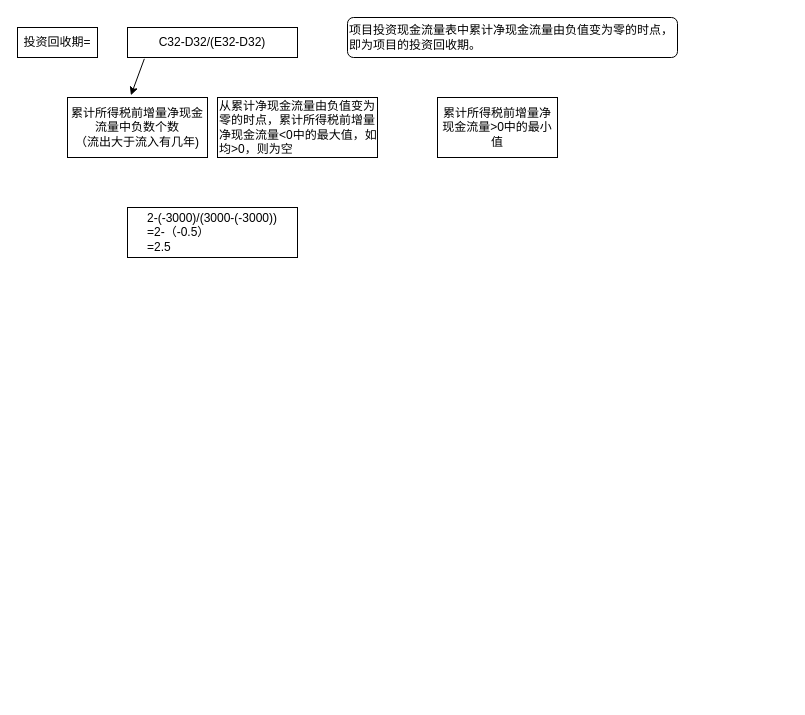
The draw.io diagram page "Page-5 投资回收期" (5 of 5) of Untitled Diagram.drawio in Yatttin/attention-nmt, before the edit. Source tidied: cells renumbered, new cells numbered last; positions are measured from the earlier drawing's top-left corner, leaving out a move shared by most shapes. Both pictures are drawn from the tidied source at 100%, with x=0, y=0 at pixel (17, 17).
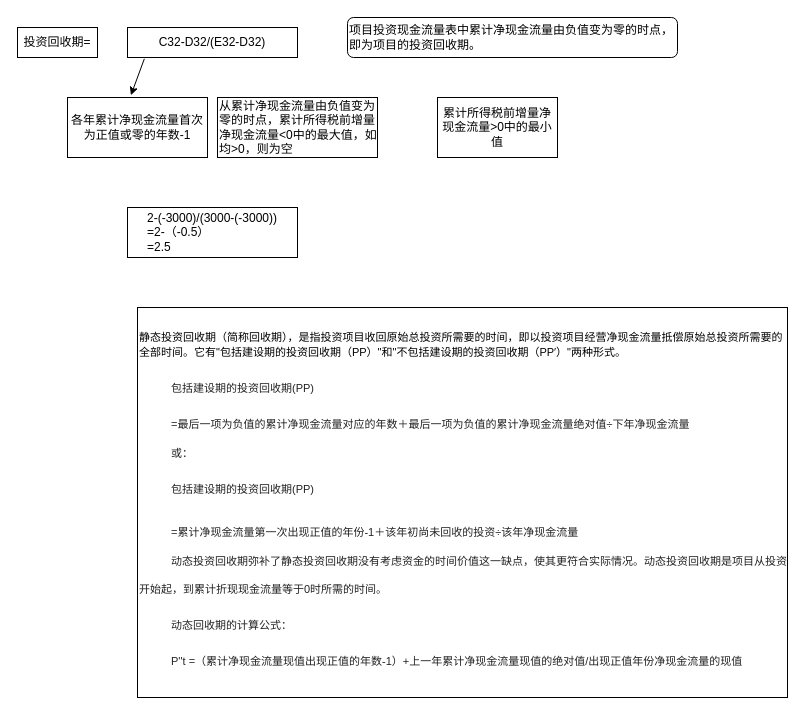
The same diagram, later.

Change to the diagram source:
```diff
@@
 <mxGraphModel>
   <root>
     <mxCell id="0" />
     <mxCell id="1" parent="0" />
     <mxCell id="2" value="C32-D32/(E32-D32)" style="rounded=0;whiteSpace=wrap;html=1;" parent="1" vertex="1">
       <mxGeometry x="110" y="10" width="170" height="30" as="geometry" />
     </mxCell>
     <mxCell id="3" value="投资回收期=" style="rounded=0;whiteSpace=wrap;html=1;" parent="1" vertex="1">
       <mxGeometry y="10" width="80" height="30" as="geometry" />
     </mxCell>
-    <mxCell id="4" value="累计所得税前增量净现金流量中负数个数&lt;br&gt;（流出大于流入有几年)" style="rounded=0;whiteSpace=wrap;html=1;" parent="1" vertex="1">
+    <mxCell id="4" value="各年累计净现金流量首次为正值或零的年数-1" style="rounded=0;whiteSpace=wrap;html=1;" parent="1" vertex="1">
       <mxGeometry x="50" y="80" width="140" height="60" as="geometry" />
     </mxCell>
     <mxCell id="5" style="endArrow=classic;html=1;rounded=0;exitX=0.099;exitY=1.045;exitDx=0;exitDy=0;exitPerimeter=0;entryX=0.453;entryY=-0.037;entryDx=0;entryDy=0;entryPerimeter=0;" parent="1" edge="1" source="2" target="4">
       <mxGeometry relative="1" as="geometry" />
     </mxCell>
     <mxCell id="6" value="项目投资现金流量表中累计净现金流量由负值变为零的时点，即为项目的投资回收期。" style="rounded=1;whiteSpace=wrap;html=1;align=left;" parent="1" vertex="1">
       <mxGeometry x="330" width="330" height="40" as="geometry" />
     </mxCell>
     <mxCell id="7" value="从累计净现金流量由负值变为零的时点，累计所得税前增量净现金流量&amp;lt;0中的最大值，如均&amp;gt;0，则为空" style="rounded=0;whiteSpace=wrap;html=1;align=left;" parent="1" vertex="1">
       <mxGeometry x="200" y="80" width="160" height="60" as="geometry" />
     </mxCell>
     <mxCell id="8" value="累计所得税前增量净现金流量&amp;gt;0中的最小值" style="rounded=0;whiteSpace=wrap;html=1;" parent="1" vertex="1">
       <mxGeometry x="420" y="80" width="120" height="60" as="geometry" />
     </mxCell>
     <mxCell id="9" value="&lt;div style=&quot;text-align: left;&quot;&gt;&lt;span style=&quot;background-color: initial;&quot;&gt;2-(-3000)/(3000-(-3000))&lt;/span&gt;&lt;/div&gt;&lt;div style=&quot;text-align: left;&quot;&gt;&lt;span style=&quot;background-color: initial;&quot;&gt;=2-（-0.5）&lt;/span&gt;&lt;/div&gt;&lt;div style=&quot;text-align: left;&quot;&gt;&lt;span style=&quot;background-color: initial;&quot;&gt;=2.5&lt;/span&gt;&lt;/div&gt;" style="rounded=0;whiteSpace=wrap;html=1;" parent="1" vertex="1">
       <mxGeometry x="110" y="190" width="170" height="50" as="geometry" />
     </mxCell>
+    <mxCell id="10" value="&lt;font style=&quot;font-size: 11px;&quot;&gt;静态投资回收期（简称回收期），是指投资项目收回原始总投资所需要的时间，即以投资项目经营净现金流量抵偿原始总投资所需要的全部时间。它有&quot;包括建设期的投资回收期（PP）&quot;和&quot;不包括建设期的投资回收期（PP′）&quot;两种形式。&lt;br style=&quot;color: rgb(34, 34, 34); line-break: anywhere; line-height: 28px; text-indent: 32px; word-break: break-all; font-family: &amp;quot;Microsoft YaHei&amp;quot;, Helvetica, Arial, sans-serif; background-color: rgb(255, 255, 255); font-size: 11px;&quot;&gt;&lt;span style=&quot;-webkit-tap-highlight-color: rgba(0, 0, 0, 0); border: none; outline: none; color: rgb(34, 34, 34); line-break: anywhere; line-height: 28px; word-break: break-all; display: inline-block; height: 28px; margin-top: 8px; overflow: hidden; vertical-align: bottom; width: 32px; font-family: &amp;quot;Microsoft YaHei&amp;quot;, Helvetica, Arial, sans-serif; background-color: rgb(255, 255, 255); font-size: 11px;&quot; class=&quot;text-indent&quot;&gt;&lt;/span&gt;&lt;span style=&quot;color: rgb(34, 34, 34); font-family: &amp;quot;Microsoft YaHei&amp;quot;, Helvetica, Arial, sans-serif; text-indent: 32px; background-color: rgb(255, 255, 255); font-size: 11px;&quot;&gt;包括建设期的投资回收期(PP)&lt;/span&gt;&lt;br style=&quot;color: rgb(34, 34, 34); line-break: anywhere; line-height: 28px; text-indent: 32px; word-break: break-all; font-family: &amp;quot;Microsoft YaHei&amp;quot;, Helvetica, Arial, sans-serif; background-color: rgb(255, 255, 255); font-size: 11px;&quot;&gt;&lt;span style=&quot;-webkit-tap-highlight-color: rgba(0, 0, 0, 0); border: none; outline: none; color: rgb(34, 34, 34); line-break: anywhere; line-height: 28px; word-break: break-all; display: inline-block; height: 28px; margin-top: 8px; overflow: hidden; vertical-align: bottom; width: 32px; font-family: &amp;quot;Microsoft YaHei&amp;quot;, Helvetica, Arial, sans-serif; background-color: rgb(255, 255, 255); font-size: 11px;&quot; class=&quot;text-indent&quot;&gt;&lt;/span&gt;&lt;span style=&quot;color: rgb(34, 34, 34); font-family: &amp;quot;Microsoft YaHei&amp;quot;, Helvetica, Arial, sans-serif; text-indent: 32px; background-color: rgb(255, 255, 255); font-size: 11px;&quot;&gt;=最后一项为负值的累计净现金流量对应的年数＋最后一项为负值的累计净现金流量绝对值÷下年净现金流量&lt;/span&gt;&lt;/font&gt;&lt;p style=&quot;margin: 8px 0px 0px; color: rgb(34, 34, 34); line-break: anywhere; line-height: 28px; text-indent: 32px; word-break: break-all; font-family: &amp;quot;Microsoft YaHei&amp;quot;, Helvetica, Arial, sans-serif; background-color: rgb(255, 255, 255); font-size: 11px;&quot;&gt;&lt;font style=&quot;font-size: 11px;&quot;&gt;或：&lt;/font&gt;&lt;/p&gt;&lt;p style=&quot;margin: 8px 0px 0px; color: rgb(34, 34, 34); line-break: anywhere; line-height: 28px; text-indent: 32px; word-break: break-all; font-family: &amp;quot;Microsoft YaHei&amp;quot;, Helvetica, Arial, sans-serif; background-color: rgb(255, 255, 255); font-size: 11px;&quot;&gt;&lt;font style=&quot;font-size: 11px;&quot;&gt;包括建设期的投资回收期(PP)&lt;/font&gt;&lt;/p&gt;&lt;font style=&quot;font-size: 11px;&quot;&gt;&lt;span style=&quot;-webkit-tap-highlight-color: rgba(0, 0, 0, 0); border: none; outline: none; color: rgb(34, 34, 34); line-break: anywhere; line-height: 28px; word-break: break-all; display: inline-block; height: 28px; margin-top: 8px; overflow: hidden; vertical-align: bottom; width: 32px; font-family: &amp;quot;Microsoft YaHei&amp;quot;, Helvetica, Arial, sans-serif; background-color: rgb(255, 255, 255); font-size: 11px;&quot; class=&quot;text-indent&quot;&gt;&lt;/span&gt;&lt;span style=&quot;color: rgb(34, 34, 34); font-family: &amp;quot;Microsoft YaHei&amp;quot;, Helvetica, Arial, sans-serif; text-indent: 32px; background-color: rgb(255, 255, 255); font-size: 11px;&quot;&gt;=累计净现金流量第一次出现正值的年份-1＋该年初尚未回收的投资÷该年净现金流量&lt;/span&gt;&lt;/font&gt;&lt;p style=&quot;margin: 8px 0px 0px; color: rgb(34, 34, 34); line-break: anywhere; line-height: 28px; text-indent: 32px; word-break: break-all; font-family: &amp;quot;Microsoft YaHei&amp;quot;, Helvetica, Arial, sans-serif; background-color: rgb(255, 255, 255); font-size: 11px;&quot;&gt;&lt;font style=&quot;font-size: 11px;&quot;&gt;动态投资回收期弥补了静态投资回收期没有考虑资金的时间价值这一缺点，使其更符合实际情况。动态投资回收期是项目从投资开始起，到累计折现现金流量等于0时所需的时间。&lt;/font&gt;&lt;/p&gt;&lt;p style=&quot;margin: 8px 0px 0px; color: rgb(34, 34, 34); line-break: anywhere; line-height: 28px; text-indent: 32px; word-break: break-all; font-family: &amp;quot;Microsoft YaHei&amp;quot;, Helvetica, Arial, sans-serif; background-color: rgb(255, 255, 255); font-size: 11px;&quot;&gt;&lt;font style=&quot;font-size: 11px;&quot;&gt;动态回收期的计算公式：&lt;/font&gt;&lt;/p&gt;&lt;p style=&quot;margin: 8px 0px 0px; color: rgb(34, 34, 34); line-break: anywhere; line-height: 28px; text-indent: 32px; word-break: break-all; font-family: &amp;quot;Microsoft YaHei&amp;quot;, Helvetica, Arial, sans-serif; background-color: rgb(255, 255, 255); font-size: 11px;&quot;&gt;&lt;font style=&quot;font-size: 11px;&quot;&gt;P''t =（累计净现金流量现值出现正值的年数-1）+上一年累计净现金流量现值的绝对值/出现正值年份净现金流量的现值&lt;/font&gt;&lt;/p&gt;" style="rounded=0;whiteSpace=wrap;html=1;align=left;" parent="1" vertex="1">
+      <mxGeometry x="120" y="290" width="650" height="390" as="geometry" />
+    </mxCell>
   </root>
 </mxGraphModel>
```
